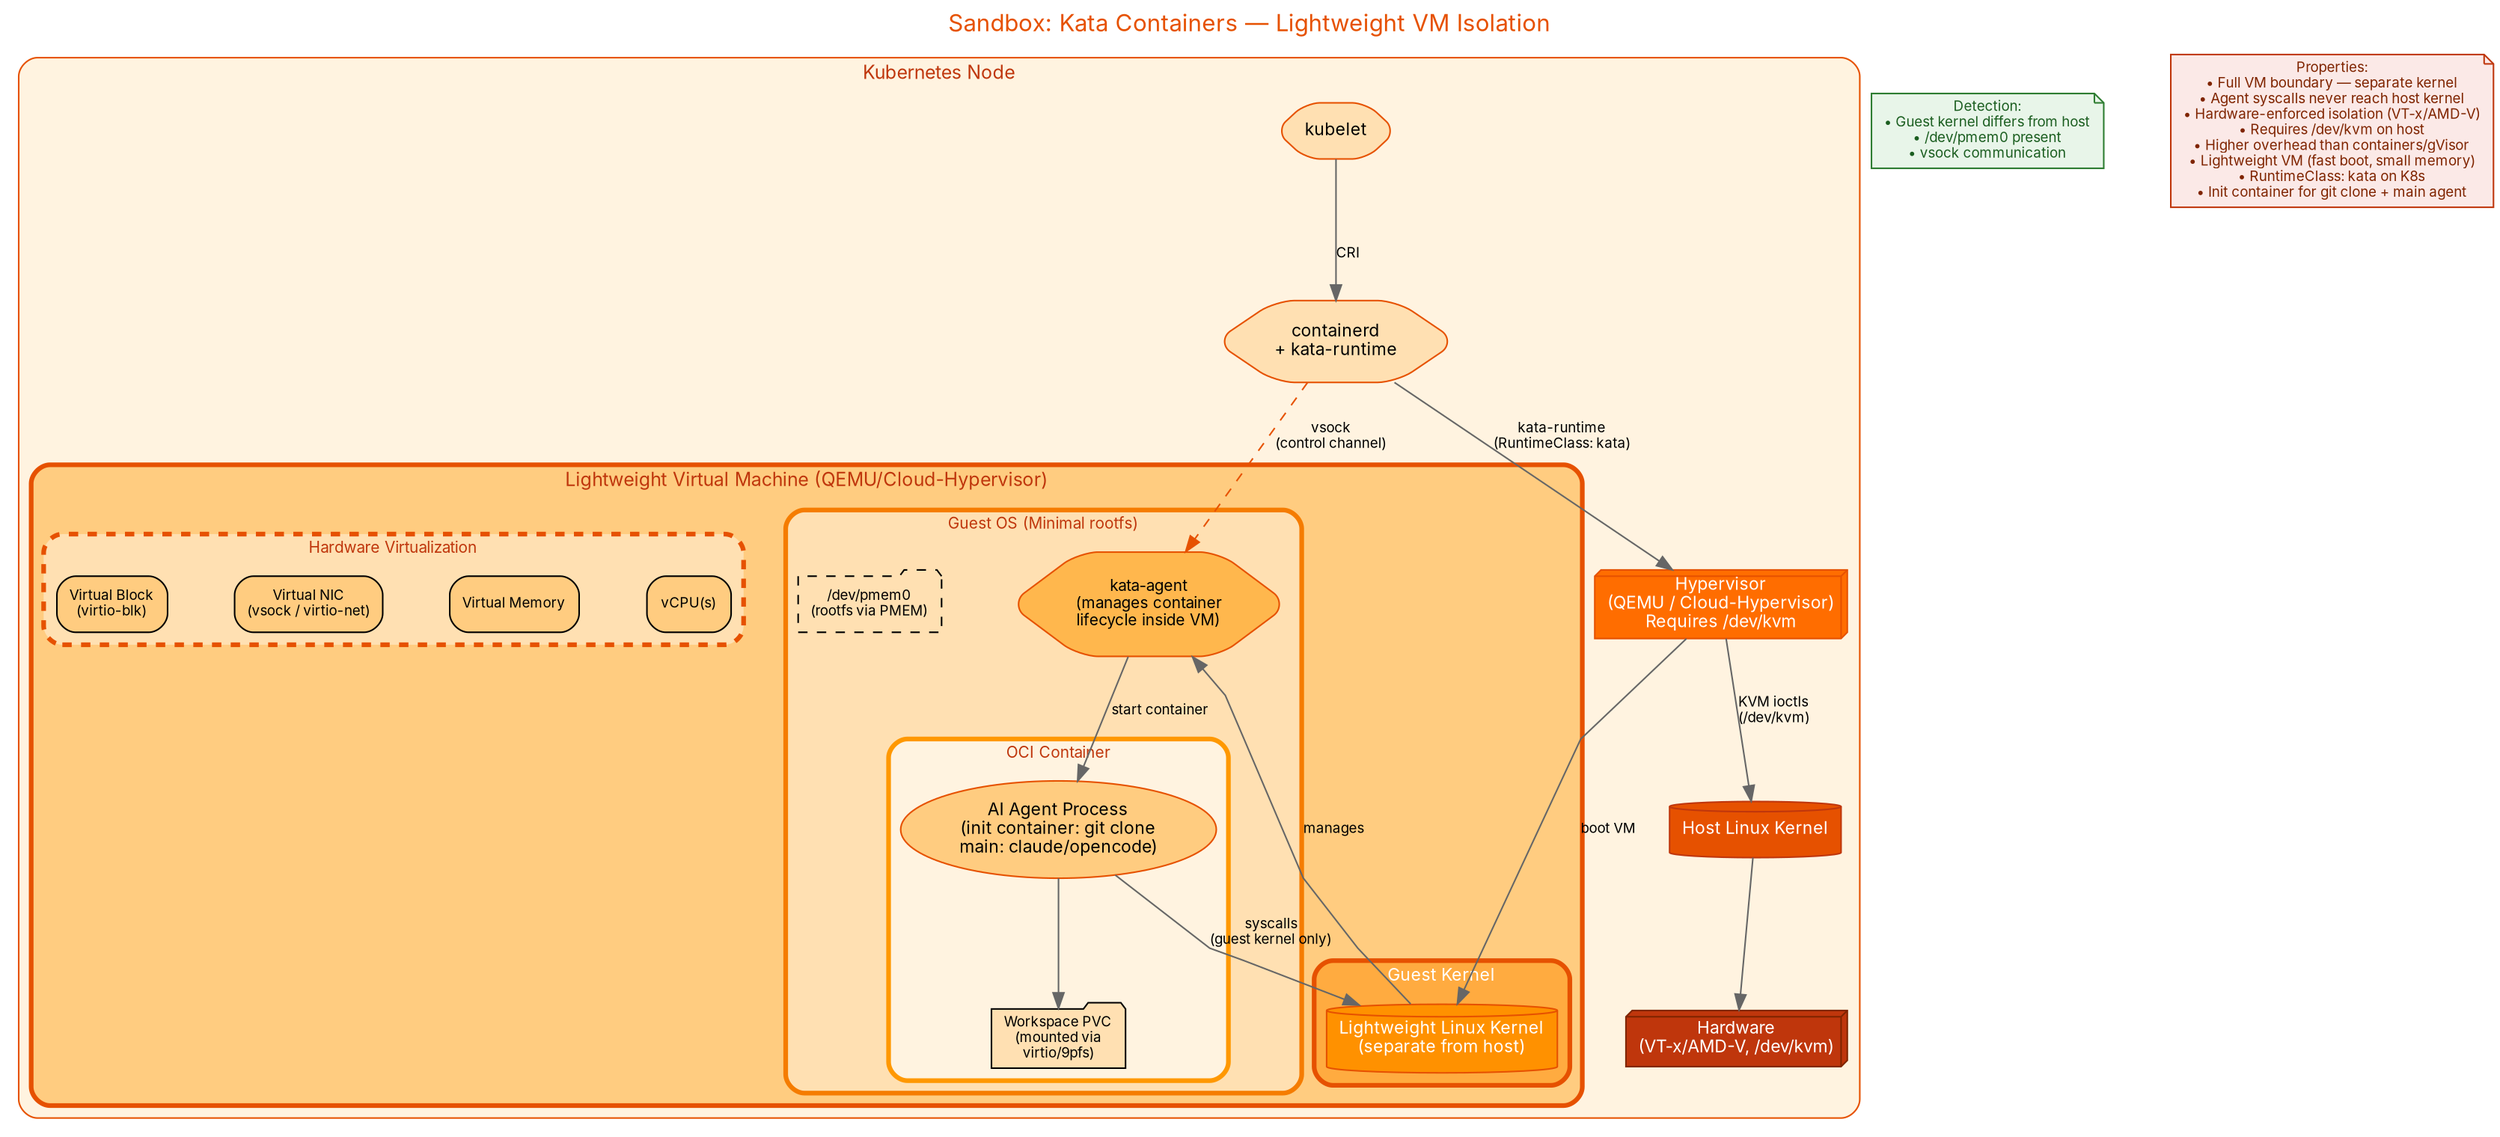
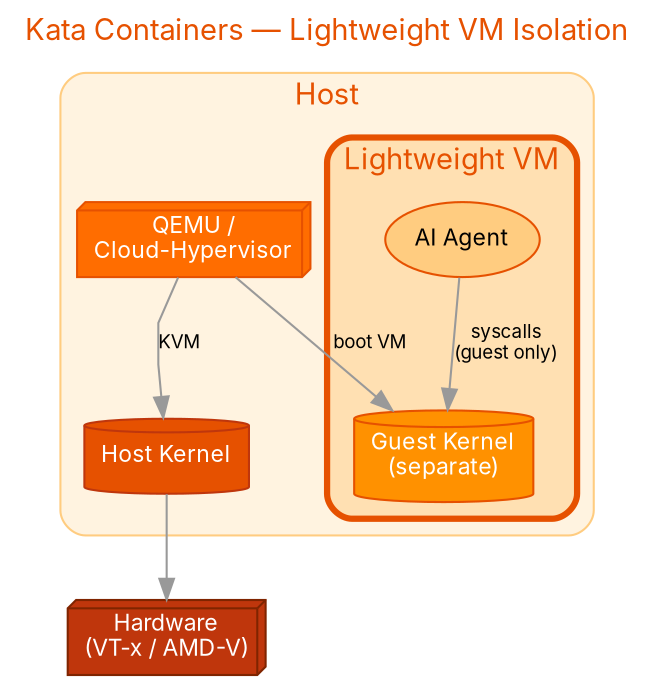
digraph SandboxKata {
  rankdir=TB;
-   compound=true;
  splines=polyline;
-   nodesep=0.6;
-   ranksep=0.7;
+   nodesep=0.5;
+   ranksep=0.6;
  bgcolor="white";

  node [shape=box, style="rounded,filled", fontname="Inter,Helvetica,Arial", fontsize=11];
-   edge [fontname="Inter,Helvetica,Arial", fontsize=9, color="#666666"];
+   edge [fontname="Inter,Helvetica,Arial", fontsize=9, color="#999999"];

-   label="Sandbox: Kata Containers — Lightweight VM Isolation";
+   label="Kata Containers — Lightweight VM Isolation";
  labelloc=t;
-   fontsize=15;
+   fontsize=14;
  fontname="Inter,Helvetica,Arial";
  fontcolor="#e65100";

-   subgraph cluster_node {
-     label="Kubernetes Node";
+   subgraph cluster_host {
+     label="Host";
    style="rounded,filled";
    fillcolor="#fff3e0";
-     color="#e65100";
-     fontcolor="#bf360c";
-     fontsize=12;
- 
-     kubelet [label="kubelet", fillcolor="#ffe0b2", color="#e65100", shape=hexagon];
-     containerd [label="containerd\n+ kata-runtime", fillcolor="#ffe0b2", color="#e65100", shape=hexagon];
+     color="#ffcc80";

    subgraph cluster_vm {
-       label="Lightweight Virtual Machine (QEMU/Cloud-Hypervisor)";
+       label="Lightweight VM";
      style="rounded,bold,filled";
-       fillcolor="#ffcc80";
+       fillcolor="#ffe0b2";
      color="#e65100";
-       fontcolor="#bf360c";
-       fontsize=12;
      penwidth=3;

-       subgraph cluster_guest_kernel {
-         label="Guest Kernel";
-         style="rounded,filled";
-         fillcolor="#ffab40";
-         color="#e65100";
-         fontcolor=white;
-         fontsize=11;
- 
-         guest_kernel [label="Lightweight Linux Kernel\n(separate from host)", fillcolor="#ff9100", color="#e65100", fontcolor=white, shape=cylinder];
-       }
- 
-       subgraph cluster_guest_os {
-         label="Guest OS (Minimal rootfs)";
-         style="rounded,filled";
-         fillcolor="#ffe0b2";
-         color="#f57c00";
-         fontsize=10;
- 
-         kata_agent [label="kata-agent\n(manages container\nlifecycle inside VM)", fillcolor="#ffb74d", color="#e65100", shape=hexagon, fontsize=10];
- 
-         subgraph cluster_container {
-           label="OCI Container";
-           style="rounded,filled";
-           fillcolor="#fff3e0";
-           color="#ff9800";
-           fontsize=10;
- 
-           agent [label="AI Agent Process\n(init container: git clone\nmain: claude/opencode)", fillcolor="#ffcc80", color="#e65100", shape=ellipse];
-           workspace [label="Workspace PVC\n(mounted via\nvirtio/9pfs)", fillcolor="#ffe0b2", fontsize=9, shape=folder];
-         }
- 
-         pmem [label="/dev/pmem0\n(rootfs via PMEM)", fillcolor="#ffe0b2", fontsize=9, shape=folder, style="rounded,filled,dashed"];
-       }
- 
-       subgraph cluster_hw_virt {
-         label="Hardware Virtualization";
-         style="rounded,dashed,filled";
-         fillcolor="#ffe0b2";
-         color="#e65100";
-         fontsize=10;
- 
-         vcpu [label="vCPU(s)", fillcolor="#ffcc80", fontsize=9];
-         vmem [label="Virtual Memory", fillcolor="#ffcc80", fontsize=9];
-         vnet [label="Virtual NIC\n(vsock / virtio-net)", fillcolor="#ffcc80", fontsize=9];
-         vblk [label="Virtual Block\n(virtio-blk)", fillcolor="#ffcc80", fontsize=9];
-       }
+       guest_kernel [label="Guest Kernel\n(separate)", fillcolor="#ff9100", color="#e65100", shape=cylinder, fontcolor=white];
+       agent [label="AI Agent", fillcolor="#ffcc80", color="#e65100", shape=ellipse];
    }

-     hypervisor [label="Hypervisor\n(QEMU / Cloud-Hypervisor)\nRequires /dev/kvm", fillcolor="#ff6d00", color="#e65100", fontcolor=white, shape=box3d];
-     host_kernel [label="Host Linux Kernel", fillcolor="#e65100", color="#bf360c", fontcolor=white, shape=cylinder];
-     hw [label="Hardware\n(VT-x/AMD-V, /dev/kvm)", fillcolor="#bf360c", fontcolor=white, color="#7f2400", shape=box3d];
+     hypervisor [label="QEMU /\nCloud-Hypervisor", fillcolor="#ff6d00", color="#e65100", shape=box3d, fontcolor=white];
+     host_kernel [label="Host Kernel", fillcolor="#e65100", color="#bf360c", shape=cylinder, fontcolor=white];
  }

-   // K8s flow
-   kubelet -> containerd [label="CRI"];
-   containerd -> hypervisor [label="kata-runtime\n(RuntimeClass: kata)"];
+   hw [label="Hardware\n(VT-x / AMD-V)", fillcolor="#bf360c", fontcolor=white, color="#7f2400", shape=box3d];
+ 
+   agent -> guest_kernel [label="syscalls\n(guest only)"];
  hypervisor -> guest_kernel [label="boot VM"];
- 
-   // Inside VM
-   guest_kernel -> kata_agent [label="manages"];
-   kata_agent -> agent [label="start container"];
-   agent -> workspace;
-   agent -> guest_kernel [label="syscalls\n(guest kernel only)"];
- 
-   // VM to host
-   hypervisor -> host_kernel [label="KVM ioctls\n(/dev/kvm)"];
+   hypervisor -> host_kernel [label="KVM"];
  host_kernel -> hw;
- 
-   // vsock communication
-   containerd -> kata_agent [label="vsock\n(control channel)", style=dashed, color="#e65100"];
- 
-   // Detection
-   detect [label="Detection:\n• Guest kernel differs from host\n• /dev/pmem0 present\n• vsock communication", shape=note, fillcolor="#e8f5e9", color="#2e7d32", fontsize=9, fontcolor="#1b5e20"];
- 
-   props [label="Properties:\n• Full VM boundary — separate kernel\n• Agent syscalls never reach host kernel\n• Hardware-enforced isolation (VT-x/AMD-V)\n• Requires /dev/kvm on host\n• Higher overhead than containers/gVisor\n• Lightweight VM (fast boot, small memory)\n• RuntimeClass: kata on K8s\n• Init container for git clone + main agent", shape=note, fillcolor="#fbe9e7", color="#bf360c", fontsize=9, fontcolor="#7f2400"];
}
